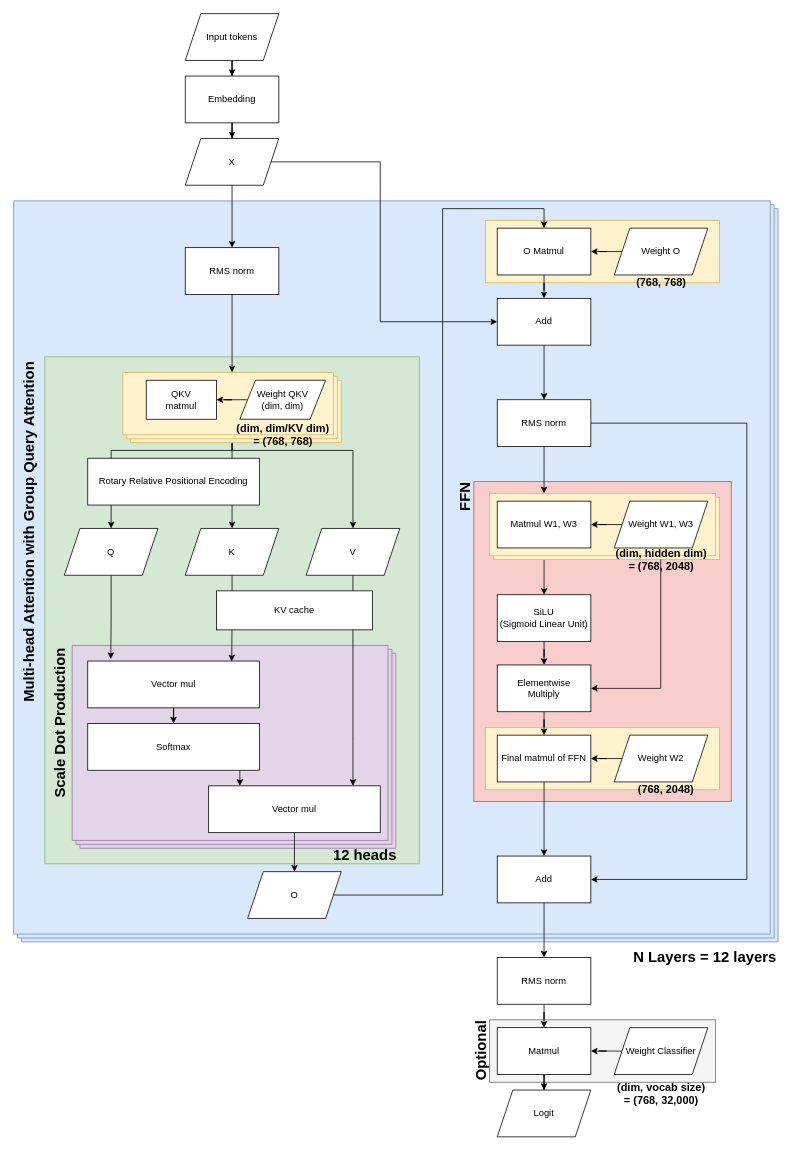
yw9865/drawio keeps this draw.io diagram as page "Page-1" (1 of 2) of llama2.c.drawio. Above is the earlier version. Source tidied: cells renumbered, new cells numbered last; positions are measured from the earlier drawing's top-left corner, leaving out a move shared by most shapes. Both pictures are drawn from the tidied source at 78%, with x=0, y=0 at pixel (-151, 13).
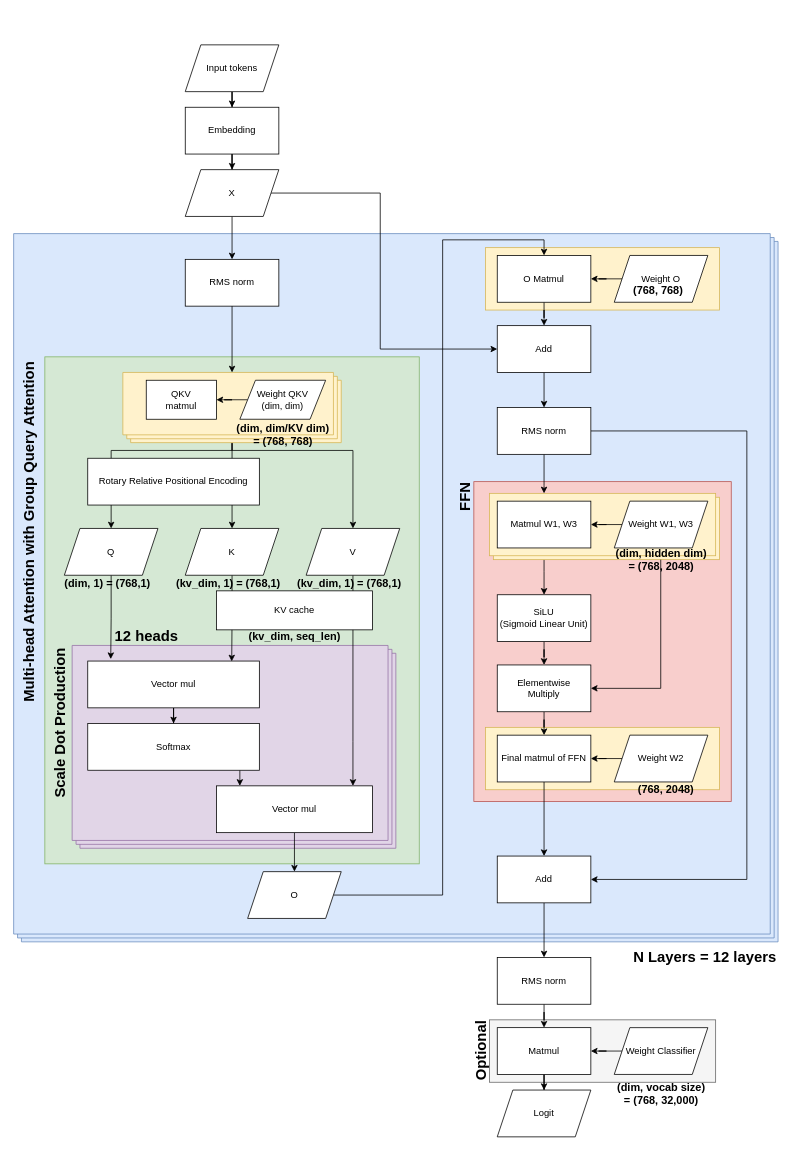
Above is the later version.

The change refers to these unchanged cells:
```xml
<mxCell id="41" value="O" style="shape=parallelogram;perimeter=parallelogramPerimeter;whiteSpace=wrap;html=1;fixedSize=1;" parent="1" vertex="1">
  <mxGeometry x="510" y="1100" width="120" height="60" as="geometry" />
</mxCell>
<mxCell id="72" value="Add" style="whiteSpace=wrap;html=1;" parent="1" vertex="1">
  <mxGeometry x="830" y="1080" width="120" height="60" as="geometry" />
</mxCell>
```

Change to the diagram source:
```diff
@@
     <mxCell id="3" style="verticalLabelPosition=bottom;verticalAlign=top;html=1;shape=mxgraph.basic.layered_rect;dx=10;whiteSpace=wrap;fillColor=#dae8fc;strokeColor=#6c8ebf;" parent="1" vertex="1">
-      <mxGeometry x="210" y="240" width="980" height="950" as="geometry" />
+      <mxGeometry x="210" y="282" width="980" height="908" as="geometry" />
     </mxCell>
@@
     <mxCell id="5" style="rounded=0;whiteSpace=wrap;html=1;fillColor=#fff2cc;strokeColor=#d6b656;" parent="1" vertex="1">
-      <mxGeometry x="815" y="265" width="300" height="80" as="geometry" />
+      <mxGeometry x="815" y="300" width="300" height="80" as="geometry" />
     </mxCell>
@@
     <mxCell id="14" value="Input tokens" style="shape=parallelogram;perimeter=parallelogramPerimeter;whiteSpace=wrap;html=1;fixedSize=1;" parent="1" vertex="1">
-      <mxGeometry x="430" width="120" height="60" as="geometry" />
+      <mxGeometry x="430" y="40" width="120" height="60" as="geometry" />
     </mxCell>
@@
     <mxCell id="16" value="Embedding" style="whiteSpace=wrap;html=1;" parent="1" vertex="1">
-      <mxGeometry x="430" y="80" width="120" height="60" as="geometry" />
+      <mxGeometry x="430" y="120" width="120" height="60" as="geometry" />
     </mxCell>
@@
     <mxCell id="18" style="edgeStyle=orthogonalEdgeStyle;rounded=0;jettySize=auto;html=1;" parent="1" edge="1" source="19" target="50">
       <mxGeometry relative="1" as="geometry">
         <Array as="points">
-          <mxPoint x="680" y="190" />
-          <mxPoint x="680" y="395" />
+          <mxPoint x="680" y="230" />
+          <mxPoint x="680" y="430" />
         </Array>
       </mxGeometry>
     </mxCell>
     <mxCell id="19" value="X" style="shape=parallelogram;perimeter=parallelogramPerimeter;whiteSpace=wrap;html=1;fixedSize=1;" parent="1" vertex="1">
-      <mxGeometry x="430" y="160" width="120" height="60" as="geometry" />
+      <mxGeometry x="430" y="200" width="120" height="60" as="geometry" />
     </mxCell>
@@
     <mxCell id="32" value="RMS norm" style="whiteSpace=wrap;html=1;" parent="1" vertex="1">
-      <mxGeometry x="430" y="300" width="120" height="60" as="geometry" />
+      <mxGeometry x="430" y="315" width="120" height="60" as="geometry" />
     </mxCell>
@@
     <mxCell id="37" value="Vector mul" style="whiteSpace=wrap;html=1;" parent="1" vertex="1">
-      <mxGeometry x="460" y="990" width="220" height="60" as="geometry" />
+      <mxGeometry x="470" y="990" width="200" height="60" as="geometry" />
     </mxCell>
@@
     <mxCell id="40" style="edgeStyle=orthogonalEdgeStyle;rounded=0;jettySize=auto;html=1;entryX=0.5;entryY=0;entryDx=0;entryDy=0;" parent="1" edge="1" source="41" target="43">
       <mxGeometry relative="1" as="geometry">
         <Array as="points">
           <mxPoint x="760" y="1130" />
-          <mxPoint x="760" y="250" />
-          <mxPoint x="890" y="250" />
+          <mxPoint x="760" y="290" />
+          <mxPoint x="890" y="290" />
         </Array>
       </mxGeometry>
     </mxCell>
@@
     <mxCell id="43" value="O Matmul" style="whiteSpace=wrap;html=1;" parent="1" vertex="1">
-      <mxGeometry x="830" y="275" width="120" height="60" as="geometry" />
+      <mxGeometry x="830" y="310" width="120" height="60" as="geometry" />
     </mxCell>
@@
     <mxCell id="45" value="Weight O" style="shape=parallelogram;perimeter=parallelogramPerimeter;whiteSpace=wrap;html=1;fixedSize=1;" parent="1" vertex="1">
-      <mxGeometry x="980" y="275" width="120" height="60" as="geometry" />
+      <mxGeometry x="980" y="310" width="120" height="60" as="geometry" />
     </mxCell>
@@
     <mxCell id="50" value="Add" style="whiteSpace=wrap;html=1;" parent="1" vertex="1">
-      <mxGeometry x="830" y="365" width="120" height="60" as="geometry" />
+      <mxGeometry x="830" y="400" width="120" height="60" as="geometry" />
     </mxCell>
@@
     <mxCell id="52" style="edgeStyle=orthogonalEdgeStyle;rounded=0;jettySize=auto;html=1;" parent="1" edge="1" source="53" target="72">
       <mxGeometry relative="1" as="geometry">
         <Array as="points">
-          <mxPoint x="1150" y="525" />
+          <mxPoint x="1150" y="535" />
           <mxPoint x="1150" y="1110" />
         </Array>
       </mxGeometry>
     </mxCell>
     <mxCell id="53" value="RMS norm" style="whiteSpace=wrap;html=1;" parent="1" vertex="1">
-      <mxGeometry x="830" y="495" width="120" height="60" as="geometry" />
+      <mxGeometry x="830" y="505" width="120" height="60" as="geometry" />
     </mxCell>
@@
     <mxCell id="79" value="&lt;b&gt;&lt;font style=&quot;font-size: 14px;&quot;&gt;(768, 768)&lt;/font&gt;&lt;/b&gt;" style="text;html=1;align=center;verticalAlign=middle;strokeColor=none;fillColor=none;" parent="1" vertex="1">
-      <mxGeometry x="995" y="330" width="90" height="30" as="geometry" />
+      <mxGeometry x="991" y="340" width="90" height="30" as="geometry" />
     </mxCell>
@@
     <mxCell id="84" value="&lt;span style=&quot;font-size: 19px;&quot;&gt;&lt;b&gt;12 heads&lt;/b&gt;&lt;/span&gt;" style="text;html=1;align=center;verticalAlign=middle;strokeColor=none;fillColor=none;" parent="1" vertex="1">
-      <mxGeometry x="610" y="1060" width="100" height="40" as="geometry" />
+      <mxGeometry x="330" y="779" width="100" height="40" as="geometry" />
     </mxCell>
+    <mxCell id="85" value="&lt;span style=&quot;font-size: 14px;&quot;&gt;&lt;b&gt;(dim, 1) = (768,1)&lt;/b&gt;&lt;/span&gt;" style="text;html=1;align=center;verticalAlign=middle;strokeColor=none;fillColor=none;" parent="1" vertex="1">
+      <mxGeometry x="265" y="715" width="130" height="30" as="geometry" />
+    </mxCell>
+    <mxCell id="86" value="&lt;span style=&quot;font-size: 14px;&quot;&gt;&lt;b&gt;(kv_dim, 1) = (768,1)&lt;/b&gt;&lt;/span&gt;" style="text;html=1;align=center;verticalAlign=middle;strokeColor=none;fillColor=none;" parent="1" vertex="1">
+      <mxGeometry x="405" y="715" width="160" height="30" as="geometry" />
+    </mxCell>
+    <mxCell id="87" value="&lt;span style=&quot;font-size: 14px;&quot;&gt;&lt;b&gt;(kv_dim, 1) = (768,1)&lt;/b&gt;&lt;/span&gt;" style="text;html=1;align=center;verticalAlign=middle;strokeColor=none;fillColor=none;" parent="1" vertex="1">
+      <mxGeometry x="560" y="715" width="160" height="30" as="geometry" />
+    </mxCell>
+    <mxCell id="88" value="&lt;span style=&quot;font-size: 14px;&quot;&gt;&lt;b&gt;(kv_dim, seq_len)&lt;/b&gt;&lt;/span&gt;" style="text;html=1;align=center;verticalAlign=middle;strokeColor=none;fillColor=none;" parent="1" vertex="1">
+      <mxGeometry x="500" y="784" width="140" height="30" as="geometry" />
+    </mxCell>
```
